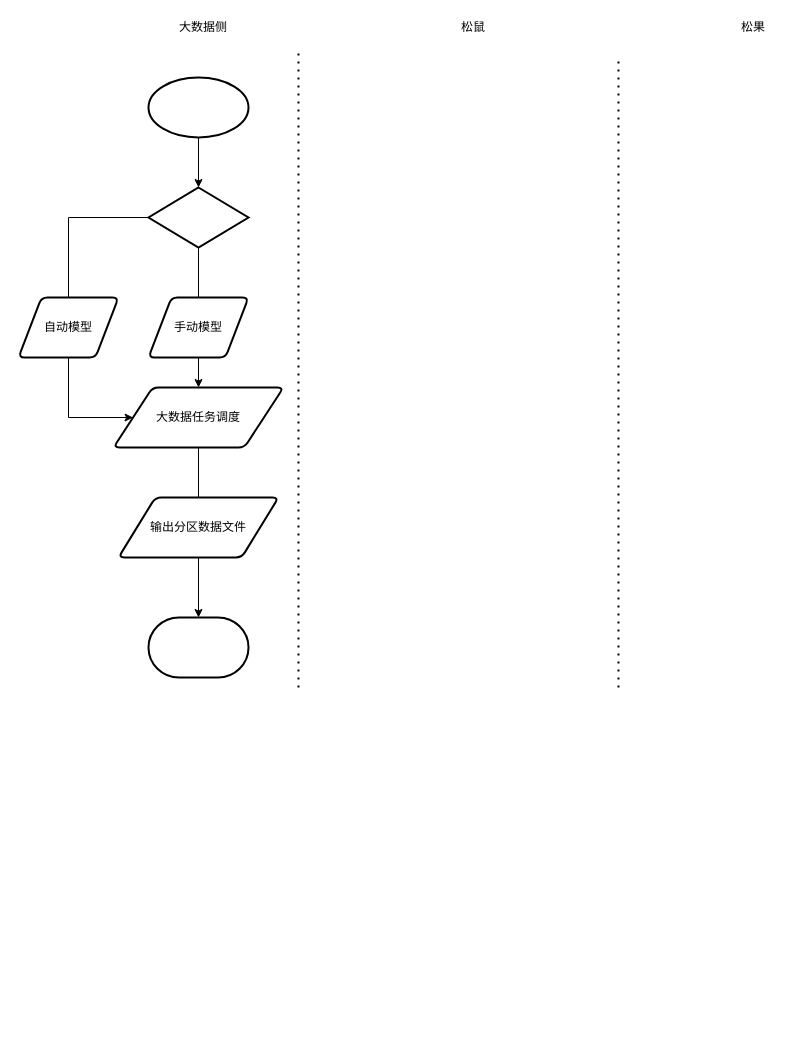
Above: 线索线上化.drawio in hack0303/draw.io-store (draw.io), before the change. Source tidied: cells renumbered, new cells numbered last; positions are measured from the earlier drawing's top-left corner, leaving out a move shared by most shapes. Both pictures are drawn from the tidied source at 100%, with x=0, y=0 at pixel (18, 17).
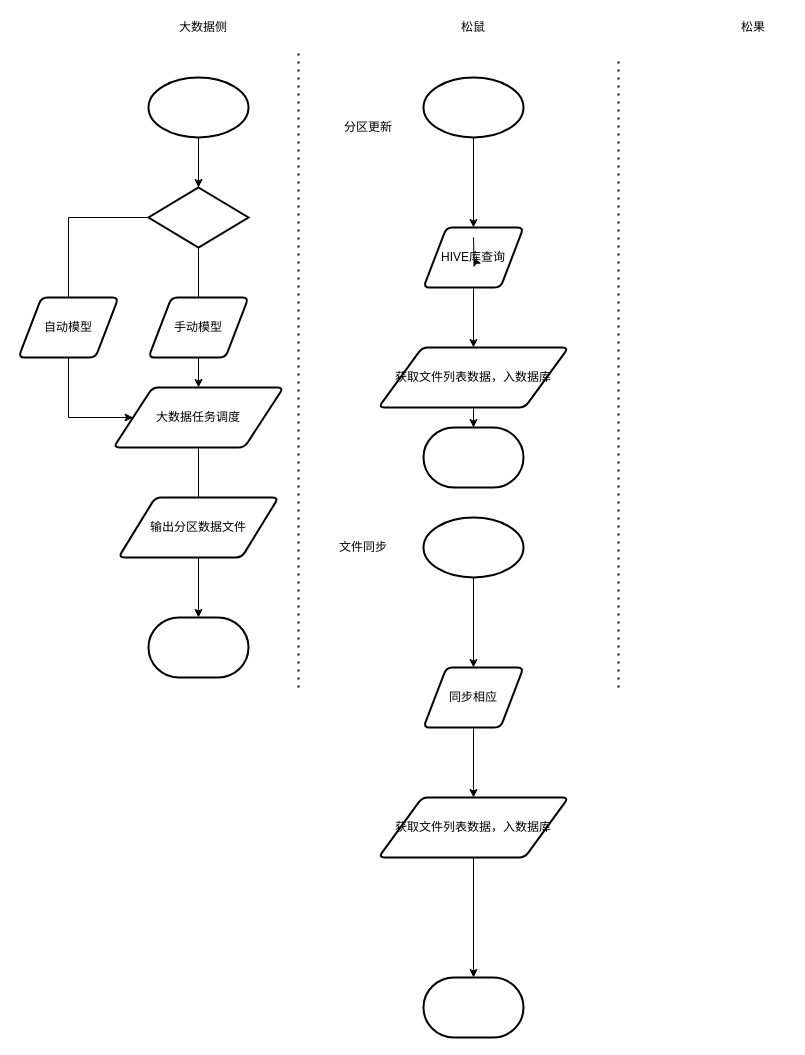
The same diagram, later.

Commit message (it also covers changes not shown here):
Update 线索线上化.drawio

The edit, as a diff of the source:
```diff
@@
+    <mxCell id="18" style="edgeStyle=orthogonalEdgeStyle;rounded=0;jettySize=auto;html=1;" parent="1" edge="1" source="19" target="30">
+      <mxGeometry relative="1" as="geometry" />
+    </mxCell>
+    <mxCell id="19" style="strokeWidth=2;html=1;shape=mxgraph.flowchart.start_1;whiteSpace=wrap;" parent="1" vertex="1">
+      <mxGeometry x="405" y="60" width="100" height="60" as="geometry" />
+    </mxCell>
+    <mxCell id="20" style="strokeWidth=2;html=1;shape=mxgraph.flowchart.terminator;whiteSpace=wrap;" parent="1" vertex="1">
+      <mxGeometry x="405" y="410" width="100" height="60" as="geometry" />
+    </mxCell>
+    <mxCell id="21" style="edgeStyle=orthogonalEdgeStyle;rounded=0;jettySize=auto;html=1;" parent="1" edge="1" source="30" target="23">
+      <mxGeometry relative="1" as="geometry" />
+    </mxCell>
+    <mxCell id="22" style="edgeStyle=orthogonalEdgeStyle;rounded=0;jettySize=auto;html=1;" parent="1" edge="1" source="23" target="20">
+      <mxGeometry relative="1" as="geometry" />
+    </mxCell>
+    <mxCell id="23" value="获取文件列表数据，入数据库" style="shape=parallelogram;html=1;strokeWidth=2;perimeter=parallelogramPerimeter;whiteSpace=wrap;rounded=1;arcSize=12;size=0.23;" parent="1" vertex="1">
+      <mxGeometry x="360" y="330" width="190" height="60" as="geometry" />
+    </mxCell>
+    <mxCell id="24" style="edgeStyle=orthogonalEdgeStyle;rounded=0;jettySize=auto;html=1;" parent="1" edge="1" source="25" target="33">
+      <mxGeometry relative="1" as="geometry" />
+    </mxCell>
+    <mxCell id="25" style="strokeWidth=2;html=1;shape=mxgraph.flowchart.start_1;whiteSpace=wrap;" parent="1" vertex="1">
+      <mxGeometry x="405" y="500" width="100" height="60" as="geometry" />
+    </mxCell>
+    <mxCell id="26" style="strokeWidth=2;html=1;shape=mxgraph.flowchart.terminator;whiteSpace=wrap;" parent="1" vertex="1">
+      <mxGeometry x="405" y="960" width="100" height="60" as="geometry" />
+    </mxCell>
+    <mxCell id="27" style="edgeStyle=orthogonalEdgeStyle;rounded=0;jettySize=auto;html=1;" parent="1" edge="1" source="33" target="29">
+      <mxGeometry relative="1" as="geometry" />
+    </mxCell>
+    <mxCell id="28" style="edgeStyle=orthogonalEdgeStyle;rounded=0;jettySize=auto;html=1;" parent="1" edge="1" source="29" target="26">
+      <mxGeometry relative="1" as="geometry" />
+    </mxCell>
+    <mxCell id="29" value="获取文件列表数据，入数据库" style="shape=parallelogram;html=1;strokeWidth=2;perimeter=parallelogramPerimeter;whiteSpace=wrap;rounded=1;arcSize=12;size=0.23;" parent="1" vertex="1">
+      <mxGeometry x="360" y="780" width="190" height="60" as="geometry" />
+    </mxCell>
+    <mxCell id="30" value="HIVE库查询" style="shape=parallelogram;html=1;strokeWidth=2;perimeter=parallelogramPerimeter;whiteSpace=wrap;rounded=1;arcSize=12;size=0.23;" parent="1" vertex="1">
+      <mxGeometry x="405" y="210" width="100" height="60" as="geometry" />
+    </mxCell>
+    <mxCell id="31" style="edgeStyle=orthogonalEdgeStyle;rounded=0;jettySize=auto;html=1;" parent="1" edge="1" target="30">
+      <mxGeometry relative="1" as="geometry">
+        <mxPoint x="455" y="220" as="sourcePoint" />
+      </mxGeometry>
+    </mxCell>
+    <mxCell id="32" value="分区更新" style="text;html=1;strokeColor=none;fillColor=none;align=center;verticalAlign=middle;whiteSpace=wrap;rounded=0;" parent="1" vertex="1">
+      <mxGeometry x="320" y="100" width="60" height="20" as="geometry" />
+    </mxCell>
+    <mxCell id="33" value="同步相应" style="shape=parallelogram;html=1;strokeWidth=2;perimeter=parallelogramPerimeter;whiteSpace=wrap;rounded=1;arcSize=12;size=0.23;" parent="1" vertex="1">
+      <mxGeometry x="405" y="650" width="100" height="60" as="geometry" />
+    </mxCell>
+    <mxCell id="34" value="文件同步" style="text;html=1;strokeColor=none;fillColor=none;align=center;verticalAlign=middle;whiteSpace=wrap;rounded=0;" parent="1" vertex="1">
+      <mxGeometry x="320" y="520" width="50" height="20" as="geometry" />
+    </mxCell>
```
